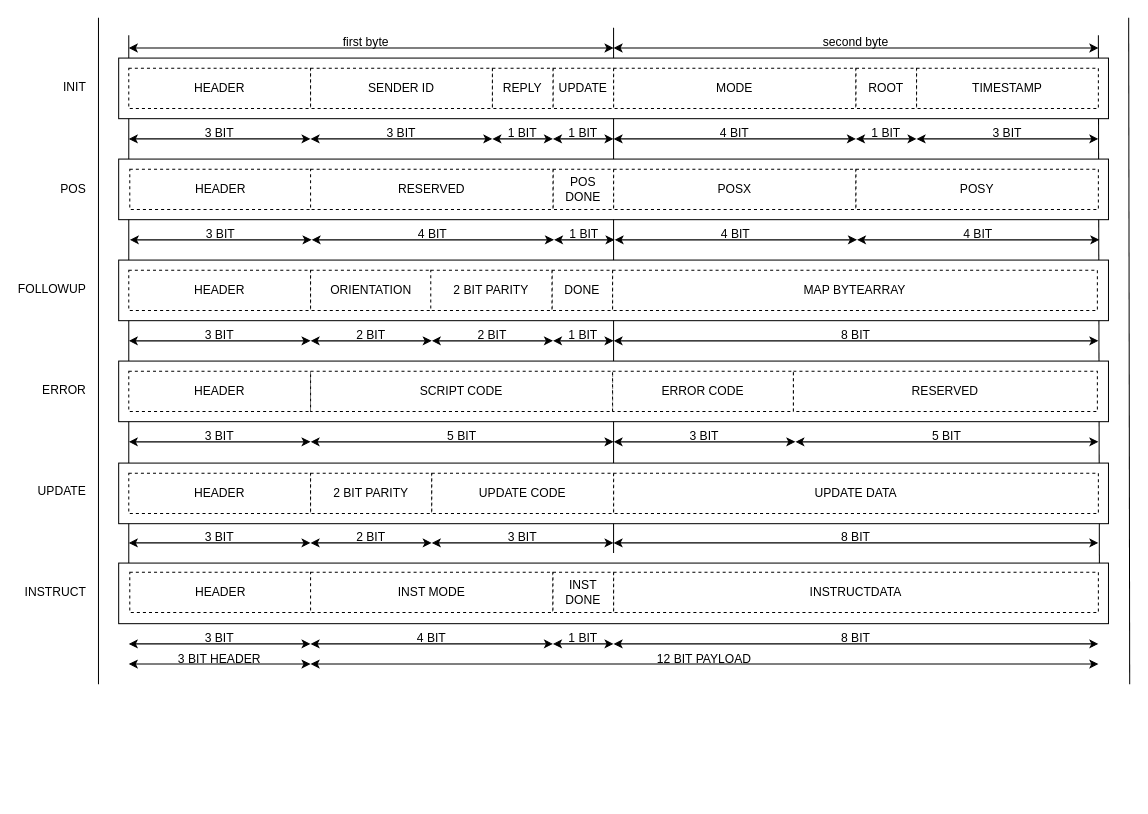
Before: diagramsDrawio/msgArchitecture.drawio in SophiagDotart/puzzlingRobots, a draw.io diagram. Source tidied: cells renumbered, new cells numbered last; positions are measured from the earlier drawing's top-left corner, leaving out a move shared by most shapes. Both pictures are drawn from the tidied source at 101%, with x=0, y=0 at pixel (27, 17).
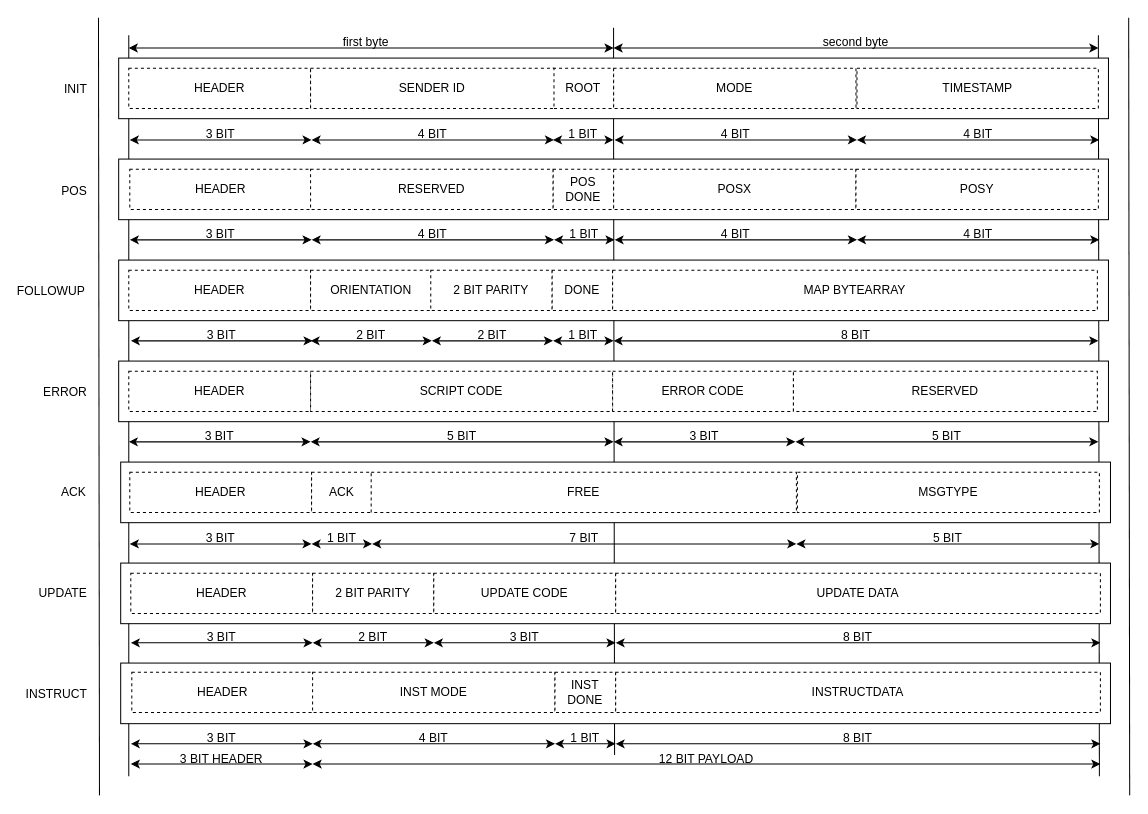
The same diagram, later.

Unchanged cells that the change refers to:
```xml
<mxCell id="73" value="second byte" style="text;html=1;whiteSpace=wrap;strokeColor=none;fillColor=none;align=center;verticalAlign=middle;rounded=0;" parent="71" vertex="1">
  <mxGeometry width="480" height="30" as="geometry" />
</mxCell>
<mxCell id="75" value="first byte" style="text;html=1;whiteSpace=wrap;strokeColor=none;fillColor=none;align=center;verticalAlign=middle;rounded=0;" parent="74" vertex="1">
  <mxGeometry width="470" height="30" as="geometry" />
</mxCell>
```

Change to the diagram source:
```diff
@@
     <mxCell id="2" style="endArrow=none;html=1;rounded=0;entryX=1;entryY=0.25;entryDx=0;entryDy=0;" parent="1" edge="1" target="73">
       <mxGeometry relative="1" as="geometry">
-        <mxPoint x="1061" y="550" as="sourcePoint" />
+        <mxPoint x="1061" y="751" as="sourcePoint" />
       </mxGeometry>
     </mxCell>
     <mxCell id="3" style="endArrow=none;html=1;rounded=0;entryX=0;entryY=0.25;entryDx=0;entryDy=0;" parent="1" edge="1" target="75">
       <mxGeometry relative="1" as="geometry">
-        <mxPoint x="100" y="550" as="sourcePoint" />
+        <mxPoint x="100" y="751" as="sourcePoint" />
       </mxGeometry>
     </mxCell>
     <mxCell id="4" style="endArrow=none;html=1;rounded=0;" parent="1" edge="1">
       <mxGeometry relative="1" as="geometry">
-        <mxPoint x="580" y="530" as="sourcePoint" />
+        <mxPoint x="581" y="730" as="sourcePoint" />
         <mxPoint x="580" y="10" as="targetPoint" />
         <Array as="points">
           <mxPoint x="580" y="110" />
         </Array>
       </mxGeometry>
     </mxCell>
     <mxCell id="5" style="endArrow=none;html=1;rounded=0;" parent="1" edge="1">
       <mxGeometry relative="1" as="geometry">
-        <mxPoint x="70" y="660" as="sourcePoint" />
+        <mxPoint x="71" y="770" as="sourcePoint" />
         <mxPoint x="70" as="targetPoint" />
       </mxGeometry>
     </mxCell>
     <mxCell id="6" style="endArrow=none;html=1;rounded=0;" parent="1" edge="1">
       <mxGeometry relative="1" as="geometry">
-        <mxPoint x="1091" y="660" as="sourcePoint" />
+        <mxPoint x="1091" y="770" as="sourcePoint" />
         <mxPoint x="1090" as="targetPoint" />
       </mxGeometry>
     </mxCell>
@@
-    <mxCell id="9" value="UPDATE" style="rounded=0;whiteSpace=wrap;html=1;dashed=1;" parent="1" vertex="1">
+    <mxCell id="9" value="ROOT" style="rounded=0;whiteSpace=wrap;html=1;dashed=1;" parent="1" vertex="1">
       <mxGeometry x="520" y="50" width="60" height="40" as="geometry" />
     </mxCell>
-    <mxCell id="10" value="REPLY" style="rounded=0;whiteSpace=wrap;html=1;dashed=1;" parent="1" vertex="1">
-      <mxGeometry x="460" y="50" width="60" height="40" as="geometry" />
-    </mxCell>
-    <mxCell id="11" value="ROOT" style="rounded=0;whiteSpace=wrap;html=1;dashed=1;" parent="1" vertex="1">
-      <mxGeometry x="820" y="50" width="60" height="40" as="geometry" />
-    </mxCell>
@@
     <mxCell id="13" value="SENDER ID" style="rounded=0;whiteSpace=wrap;html=1;dashed=1;" parent="1" vertex="1">
-      <mxGeometry x="280" y="50" width="180" height="40" as="geometry" />
+      <mxGeometry x="280" y="50" width="241" height="40" as="geometry" />
     </mxCell>
     <mxCell id="14" value="TIMESTAMP" style="rounded=0;whiteSpace=wrap;html=1;dashed=1;" parent="1" vertex="1">
-      <mxGeometry x="880" y="50" width="180" height="40" as="geometry" />
+      <mxGeometry x="821" y="50" width="239" height="40" as="geometry" />
     </mxCell>
@@
     <mxCell id="29" style="group;" parent="1" vertex="1">
-      <mxGeometry x="100" y="300" width="180" height="30" as="geometry" />
+      <mxGeometry x="31" y="300" width="251" height="30" as="geometry" />
     </mxCell>
-    <mxCell id="30" style="endArrow=classic;startArrow=classic;html=1;rounded=0;" parent="29" edge="1">
-      <mxGeometry relative="1" as="geometry">
-        <mxPoint y="20" as="sourcePoint" />
-        <mxPoint x="180" y="20" as="targetPoint" />
-      </mxGeometry>
-    </mxCell>
-    <mxCell id="31" value="3 BIT" style="text;html=1;whiteSpace=wrap;strokeColor=none;fillColor=none;align=center;verticalAlign=middle;rounded=0;" parent="29" vertex="1">
-      <mxGeometry x="60" width="60" height="30" as="geometry" />
-    </mxCell>
+    <mxCell id="151" style="group;" parent="29" vertex="1">
+      <mxGeometry x="71" width="180" height="30" as="geometry" />
+    </mxCell>
+    <mxCell id="152" style="endArrow=classic;startArrow=classic;html=1;rounded=0;" parent="151" edge="1">
+      <mxGeometry relative="1" as="geometry">
+        <mxPoint y="20" as="sourcePoint" />
+        <mxPoint x="180" y="20" as="targetPoint" />
+      </mxGeometry>
+    </mxCell>
+    <mxCell id="153" value="3 BIT" style="text;html=1;whiteSpace=wrap;strokeColor=none;fillColor=none;align=center;verticalAlign=middle;rounded=0;" parent="151" vertex="1">
+      <mxGeometry x="60" width="60" height="30" as="geometry" />
+    </mxCell>
@@
     <mxCell id="53" style="group;" parent="1" vertex="1">
-      <mxGeometry x="100" y="100" width="180" height="30" as="geometry" />
+      <mxGeometry x="101" y="101" width="180" height="30" as="geometry" />
     </mxCell>
@@
-    <mxCell id="56" style="group;" parent="1" vertex="1">
-      <mxGeometry x="280" y="100" width="180" height="30" as="geometry" />
-    </mxCell>
-    <mxCell id="57" style="endArrow=classic;startArrow=classic;html=1;rounded=0;" parent="56" edge="1">
-      <mxGeometry relative="1" as="geometry">
-        <mxPoint y="20" as="sourcePoint" />
-        <mxPoint x="180" y="20" as="targetPoint" />
-      </mxGeometry>
-    </mxCell>
-    <mxCell id="58" value="3 BIT" style="text;html=1;whiteSpace=wrap;strokeColor=none;fillColor=none;align=center;verticalAlign=middle;rounded=0;" parent="56" vertex="1">
-      <mxGeometry x="60" width="60" height="30" as="geometry" />
-    </mxCell>
-    <mxCell id="59" style="group;" parent="1" vertex="1">
-      <mxGeometry x="580" y="100" width="240" height="30" as="geometry" />
-    </mxCell>
-    <mxCell id="60" style="endArrow=classic;startArrow=classic;html=1;rounded=0;" parent="59" edge="1">
-      <mxGeometry relative="1" as="geometry">
-        <mxPoint y="20" as="sourcePoint" />
-        <mxPoint x="240" y="20" as="targetPoint" />
-      </mxGeometry>
-    </mxCell>
-    <mxCell id="61" value="4 BIT" style="text;html=1;whiteSpace=wrap;strokeColor=none;fillColor=none;align=center;verticalAlign=middle;rounded=0;" parent="59" vertex="1">
-      <mxGeometry x="80" width="80" height="30" as="geometry" />
-    </mxCell>
-    <mxCell id="62" style="group;" parent="1" vertex="1">
-      <mxGeometry x="880" y="100" width="180" height="30" as="geometry" />
-    </mxCell>
-    <mxCell id="63" style="endArrow=classic;startArrow=classic;html=1;rounded=0;" parent="62" edge="1">
-      <mxGeometry relative="1" as="geometry">
-        <mxPoint y="20" as="sourcePoint" />
-        <mxPoint x="180" y="20" as="targetPoint" />
-      </mxGeometry>
-    </mxCell>
-    <mxCell id="64" value="3 BIT" style="text;html=1;whiteSpace=wrap;strokeColor=none;fillColor=none;align=center;verticalAlign=middle;rounded=0;" parent="62" vertex="1">
-      <mxGeometry x="60" width="60" height="30" as="geometry" />
-    </mxCell>
-    <mxCell id="65" style="group;" parent="1" vertex="1">
-      <mxGeometry x="460" y="100" width="60" height="30" as="geometry" />
-    </mxCell>
-    <mxCell id="66" style="endArrow=classic;startArrow=classic;html=1;rounded=0;" parent="65" edge="1">
-      <mxGeometry relative="1" as="geometry">
-        <mxPoint y="20" as="sourcePoint" />
-        <mxPoint x="60" y="20" as="targetPoint" />
-      </mxGeometry>
-    </mxCell>
-    <mxCell id="67" value="1 BIT" style="text;html=1;whiteSpace=wrap;strokeColor=none;fillColor=none;align=center;verticalAlign=middle;rounded=0;" parent="65" vertex="1">
-      <mxGeometry width="60" height="30" as="geometry" />
-    </mxCell>
     <mxCell id="68" style="group;" parent="1" vertex="1">
-      <mxGeometry x="520" y="100" width="60" height="30" as="geometry" />
+      <mxGeometry x="520" y="101" width="60" height="30" as="geometry" />
     </mxCell>
@@
     <mxCell id="77" style="group;" parent="1" vertex="1">
-      <mxGeometry x="100" y="600" width="960" height="35" as="geometry" />
+      <mxGeometry x="102" y="699" width="960" height="35" as="geometry" />
     </mxCell>
@@
-    <mxCell id="84" style="group;" parent="1" vertex="1">
-      <mxGeometry x="820" y="100" width="60" height="30" as="geometry" />
-    </mxCell>
-    <mxCell id="85" style="endArrow=classic;startArrow=classic;html=1;rounded=0;" parent="84" edge="1">
-      <mxGeometry relative="1" as="geometry">
-        <mxPoint y="20" as="sourcePoint" />
-        <mxPoint x="60" y="20" as="targetPoint" />
-      </mxGeometry>
-    </mxCell>
-    <mxCell id="86" value="1 BIT" style="text;html=1;whiteSpace=wrap;strokeColor=none;fillColor=none;align=center;verticalAlign=middle;rounded=0;" parent="84" vertex="1">
-      <mxGeometry width="60" height="30" as="geometry" />
-    </mxCell>
     <mxCell id="87" style="rounded=0;whiteSpace=wrap;html=1;" parent="1" vertex="1">
-      <mxGeometry x="90" y="441" width="980" height="60" as="geometry" />
+      <mxGeometry x="92" y="540" width="980" height="60" as="geometry" />
     </mxCell>
     <mxCell id="88" value="HEADER" style="rounded=0;whiteSpace=wrap;html=1;dashed=1;" parent="1" vertex="1">
-      <mxGeometry x="100" y="451" width="180" height="40" as="geometry" />
+      <mxGeometry x="102" y="550" width="180" height="40" as="geometry" />
     </mxCell>
     <mxCell id="89" value="UPDATE DATA" style="rounded=0;whiteSpace=wrap;html=1;dashed=1;" parent="1" vertex="1">
-      <mxGeometry x="580" y="451" width="480" height="40" as="geometry" />
+      <mxGeometry x="582" y="550" width="480" height="40" as="geometry" />
     </mxCell>
     <mxCell id="90" value="2 BIT PARITY" style="rounded=0;whiteSpace=wrap;html=1;dashed=1;" parent="1" vertex="1">
-      <mxGeometry x="280" y="451" width="120" height="40" as="geometry" />
+      <mxGeometry x="282" y="550" width="120" height="40" as="geometry" />
     </mxCell>
     <mxCell id="91" style="group;" parent="1" vertex="1">
-      <mxGeometry x="100" y="500" width="180" height="30" as="geometry" />
+      <mxGeometry x="102" y="599" width="180" height="30" as="geometry" />
     </mxCell>
@@
     <mxCell id="98" style="group;" parent="1" vertex="1">
-      <mxGeometry x="400" y="500" width="180" height="30" as="geometry" />
+      <mxGeometry x="402" y="599" width="180" height="30" as="geometry" />
     </mxCell>
@@
     <mxCell id="101" style="group;" parent="1" vertex="1">
-      <mxGeometry x="580" y="500" width="480" height="30" as="geometry" />
+      <mxGeometry x="582" y="599" width="480" height="30" as="geometry" />
     </mxCell>
@@
     <mxCell id="104" style="group;" parent="1" vertex="1">
-      <mxGeometry x="280" y="500" width="120" height="30" as="geometry" />
+      <mxGeometry x="282" y="599" width="120" height="30" as="geometry" />
     </mxCell>
@@
     <mxCell id="107" value="UPDATE CODE" style="rounded=0;whiteSpace=wrap;html=1;dashed=1;" parent="1" vertex="1">
-      <mxGeometry x="400" y="451" width="180" height="40" as="geometry" />
+      <mxGeometry x="402" y="550" width="180" height="40" as="geometry" />
     </mxCell>
     <mxCell id="108" style="rounded=0;whiteSpace=wrap;html=1;" parent="1" vertex="1">
-      <mxGeometry x="90" y="540" width="980" height="60" as="geometry" />
+      <mxGeometry x="92" y="639" width="980" height="60" as="geometry" />
     </mxCell>
     <mxCell id="109" value="HEADER" style="rounded=0;whiteSpace=wrap;html=1;dashed=1;" parent="1" vertex="1">
-      <mxGeometry x="101" y="549" width="180" height="40" as="geometry" />
+      <mxGeometry x="103" y="648" width="180" height="40" as="geometry" />
     </mxCell>
     <mxCell id="110" value="INST MODE" style="rounded=0;whiteSpace=wrap;html=1;dashed=1;" parent="1" vertex="1">
-      <mxGeometry x="280" y="549" width="240" height="40" as="geometry" />
+      <mxGeometry x="282" y="648" width="240" height="40" as="geometry" />
     </mxCell>
     <mxCell id="111" value="INSTRUCTDATA" style="rounded=0;whiteSpace=wrap;html=1;dashed=1;" parent="1" vertex="1">
-      <mxGeometry x="580" y="549" width="480" height="40" as="geometry" />
+      <mxGeometry x="582" y="648" width="480" height="40" as="geometry" />
     </mxCell>
     <mxCell id="112" value="INST DONE" style="rounded=0;whiteSpace=wrap;html=1;dashed=1;" parent="1" vertex="1">
-      <mxGeometry x="520" y="549" width="60" height="40" as="geometry" />
+      <mxGeometry x="522" y="648" width="60" height="40" as="geometry" />
     </mxCell>
     <mxCell id="113" style="group;" parent="1" vertex="1">
-      <mxGeometry x="280" y="600" width="240" height="30" as="geometry" />
+      <mxGeometry x="282" y="699" width="240" height="30" as="geometry" />
     </mxCell>
@@
     <mxCell id="116" style="group;" parent="1" vertex="1">
-      <mxGeometry x="520" y="600" width="60" height="30" as="geometry" />
+      <mxGeometry x="522" y="699" width="60" height="30" as="geometry" />
     </mxCell>
@@
     <mxCell id="119" style="group;" parent="1" vertex="1">
-      <mxGeometry x="580" y="600" width="480" height="30" as="geometry" />
+      <mxGeometry x="582" y="699" width="480" height="30" as="geometry" />
     </mxCell>
@@
-    <mxCell id="122" style="group;" parent="1" vertex="1">
-      <mxGeometry y="54" width="60" height="430" as="geometry" />
-    </mxCell>
-    <mxCell id="123" style="group;" parent="122" vertex="1">
-      <mxGeometry width="60" height="330" as="geometry" />
-    </mxCell>
-    <mxCell id="124" value="INIT" style="text;html=1;align=right;verticalAlign=middle;whiteSpace=wrap;rounded=0;" parent="123" vertex="1">
-      <mxGeometry width="60" height="30" as="geometry" />
-    </mxCell>
-    <mxCell id="125" value="FOLLOWUP" style="text;html=1;align=right;verticalAlign=middle;whiteSpace=wrap;rounded=0;" parent="123" vertex="1">
-      <mxGeometry y="200" width="60" height="30" as="geometry" />
-    </mxCell>
-    <mxCell id="126" value="ERROR" style="text;html=1;align=right;verticalAlign=middle;whiteSpace=wrap;rounded=0;" parent="123" vertex="1">
-      <mxGeometry y="300" width="60" height="30" as="geometry" />
-    </mxCell>
-    <mxCell id="127" value="UPDATE" style="text;html=1;align=right;verticalAlign=middle;whiteSpace=wrap;rounded=0;" parent="123" vertex="1">
-      <mxGeometry y="400" width="60" height="30" as="geometry" />
-    </mxCell>
-    <mxCell id="128" value="POS" style="text;html=1;align=right;verticalAlign=middle;whiteSpace=wrap;rounded=0;" parent="123" vertex="1">
-      <mxGeometry y="101" width="60" height="30" as="geometry" />
-    </mxCell>
-    <mxCell id="129" value="INSTRUCT" style="text;html=1;align=right;verticalAlign=middle;whiteSpace=wrap;rounded=0;" parent="122" vertex="1">
-      <mxGeometry y="500" width="60" height="30" as="geometry" />
-    </mxCell>
@@
-    <mxCell id="148" style="group;" parent="1" vertex="1">
-      <mxGeometry x="101" y="200" width="180" height="30" as="geometry" />
-    </mxCell>
-    <mxCell id="149" style="endArrow=classic;startArrow=classic;html=1;rounded=0;" parent="148" edge="1">
-      <mxGeometry relative="1" as="geometry">
-        <mxPoint y="20" as="sourcePoint" />
-        <mxPoint x="180" y="20" as="targetPoint" />
-      </mxGeometry>
-    </mxCell>
-    <mxCell id="150" value="3 BIT" style="text;html=1;whiteSpace=wrap;strokeColor=none;fillColor=none;align=center;verticalAlign=middle;rounded=0;" parent="148" vertex="1">
-      <mxGeometry x="60" width="60" height="30" as="geometry" />
-    </mxCell>
+    <mxCell id="154" style="rounded=0;whiteSpace=wrap;html=1;" parent="1" vertex="1">
+      <mxGeometry x="92" y="440" width="980" height="60" as="geometry" />
+    </mxCell>
+    <mxCell id="155" value="HEADER" style="rounded=0;whiteSpace=wrap;html=1;dashed=1;" parent="1" vertex="1">
+      <mxGeometry x="101" y="450" width="180" height="40" as="geometry" />
+    </mxCell>
+    <mxCell id="156" value="ACK" style="rounded=0;whiteSpace=wrap;html=1;dashed=1;" parent="1" vertex="1">
+      <mxGeometry x="281" y="450" width="60" height="40" as="geometry" />
+    </mxCell>
+    <mxCell id="157" value="MSGTYPE" style="rounded=0;whiteSpace=wrap;html=1;dashed=1;" parent="1" vertex="1">
+      <mxGeometry x="762" y="450" width="299" height="40" as="geometry" />
+    </mxCell>
+    <mxCell id="158" value="FREE" style="rounded=0;whiteSpace=wrap;html=1;dashed=1;" parent="1" vertex="1">
+      <mxGeometry x="340" y="450" width="421" height="40" as="geometry" />
+    </mxCell>
+    <mxCell id="129" value="INSTRUCT" style="text;html=1;align=right;verticalAlign=middle;whiteSpace=wrap;rounded=0;" parent="1" vertex="1">
+      <mxGeometry x="1" y="655" width="60" height="30" as="geometry" />
+    </mxCell>
+    <mxCell id="159" value="ACK" style="text;html=1;align=right;verticalAlign=middle;whiteSpace=wrap;rounded=0;" parent="1" vertex="1">
+      <mxGeometry y="455" width="60" height="30" as="geometry" />
+    </mxCell>
+    <mxCell id="124" value="INIT" style="text;html=1;align=right;verticalAlign=middle;whiteSpace=wrap;rounded=0;" parent="1" vertex="1">
+      <mxGeometry x="1" y="56" width="60" height="30" as="geometry" />
+    </mxCell>
+    <mxCell id="125" value="FOLLOWUP" style="text;html=1;align=right;verticalAlign=middle;whiteSpace=wrap;rounded=0;" parent="1" vertex="1">
+      <mxGeometry x="-1" y="256" width="60" height="30" as="geometry" />
+    </mxCell>
+    <mxCell id="126" value="ERROR" style="text;html=1;align=right;verticalAlign=middle;whiteSpace=wrap;rounded=0;" parent="1" vertex="1">
+      <mxGeometry x="1" y="356" width="60" height="30" as="geometry" />
+    </mxCell>
+    <mxCell id="127" value="UPDATE" style="text;html=1;align=right;verticalAlign=middle;whiteSpace=wrap;rounded=0;" parent="1" vertex="1">
+      <mxGeometry x="1" y="555" width="60" height="30" as="geometry" />
+    </mxCell>
+    <mxCell id="128" value="POS" style="text;html=1;align=right;verticalAlign=middle;whiteSpace=wrap;rounded=0;" parent="1" vertex="1">
+      <mxGeometry x="1" y="157" width="60" height="30" as="geometry" />
+    </mxCell>
+    <mxCell id="160" style="group;" parent="1" vertex="1">
+      <mxGeometry x="101" y="501" width="180" height="30" as="geometry" />
+    </mxCell>
+    <mxCell id="161" style="endArrow=classic;startArrow=classic;html=1;rounded=0;" parent="160" edge="1">
+      <mxGeometry relative="1" as="geometry">
+        <mxPoint y="20" as="sourcePoint" />
+        <mxPoint x="180" y="20" as="targetPoint" />
+      </mxGeometry>
+    </mxCell>
+    <mxCell id="162" value="3 BIT" style="text;html=1;whiteSpace=wrap;strokeColor=none;fillColor=none;align=center;verticalAlign=middle;rounded=0;" parent="160" vertex="1">
+      <mxGeometry x="60" width="60" height="30" as="geometry" />
+    </mxCell>
+    <mxCell id="163" style="group;" parent="1" vertex="1">
+      <mxGeometry x="761" y="501" width="300" height="30" as="geometry" />
+    </mxCell>
+    <mxCell id="164" style="endArrow=classic;startArrow=classic;html=1;rounded=0;" parent="163" edge="1">
+      <mxGeometry relative="1" as="geometry">
+        <mxPoint y="20" as="sourcePoint" />
+        <mxPoint x="300" y="20" as="targetPoint" />
+      </mxGeometry>
+    </mxCell>
+    <mxCell id="165" value="5 BIT" style="text;html=1;whiteSpace=wrap;strokeColor=none;fillColor=none;align=center;verticalAlign=middle;rounded=0;" parent="163" vertex="1">
+      <mxGeometry x="100" width="100" height="30" as="geometry" />
+    </mxCell>
+    <mxCell id="166" style="group;" parent="1" vertex="1">
+      <mxGeometry x="341" y="501" width="420" height="30" as="geometry" />
+    </mxCell>
+    <mxCell id="167" style="endArrow=classic;startArrow=classic;html=1;rounded=0;" parent="166" edge="1">
+      <mxGeometry relative="1" as="geometry">
+        <mxPoint y="20" as="sourcePoint" />
+        <mxPoint x="420" y="20" as="targetPoint" />
+      </mxGeometry>
+    </mxCell>
+    <mxCell id="168" value="7 BIT" style="text;html=1;whiteSpace=wrap;strokeColor=none;fillColor=none;align=center;verticalAlign=middle;rounded=0;" parent="166" vertex="1">
+      <mxGeometry x="140" width="140" height="30" as="geometry" />
+    </mxCell>
+    <mxCell id="169" style="group;" parent="1" vertex="1">
+      <mxGeometry x="281" y="501" width="60" height="30" as="geometry" />
+    </mxCell>
+    <mxCell id="170" style="endArrow=classic;startArrow=classic;html=1;rounded=0;" parent="169" edge="1">
+      <mxGeometry relative="1" as="geometry">
+        <mxPoint y="20" as="sourcePoint" />
+        <mxPoint x="60" y="20" as="targetPoint" />
+      </mxGeometry>
+    </mxCell>
+    <mxCell id="171" value="1 BIT" style="text;html=1;whiteSpace=wrap;strokeColor=none;fillColor=none;align=center;verticalAlign=middle;rounded=0;" parent="169" vertex="1">
+      <mxGeometry width="60" height="30" as="geometry" />
+    </mxCell>
+    <mxCell id="172" style="group;" parent="1" vertex="1">
+      <mxGeometry x="821" y="101" width="240" height="30" as="geometry" />
+    </mxCell>
+    <mxCell id="173" style="endArrow=classic;startArrow=classic;html=1;rounded=0;" parent="172" edge="1">
+      <mxGeometry relative="1" as="geometry">
+        <mxPoint y="20" as="sourcePoint" />
+        <mxPoint x="240" y="20" as="targetPoint" />
+      </mxGeometry>
+    </mxCell>
+    <mxCell id="174" value="4 BIT" style="text;html=1;whiteSpace=wrap;strokeColor=none;fillColor=none;align=center;verticalAlign=middle;rounded=0;" parent="172" vertex="1">
+      <mxGeometry x="80" width="80" height="30" as="geometry" />
+    </mxCell>
+    <mxCell id="175" style="group;" parent="1" vertex="1">
+      <mxGeometry x="581" y="101" width="240" height="30" as="geometry" />
+    </mxCell>
+    <mxCell id="176" style="endArrow=classic;startArrow=classic;html=1;rounded=0;" parent="175" edge="1">
+      <mxGeometry relative="1" as="geometry">
+        <mxPoint y="20" as="sourcePoint" />
+        <mxPoint x="240" y="20" as="targetPoint" />
+      </mxGeometry>
+    </mxCell>
+    <mxCell id="177" value="4 BIT" style="text;html=1;whiteSpace=wrap;strokeColor=none;fillColor=none;align=center;verticalAlign=middle;rounded=0;" parent="175" vertex="1">
+      <mxGeometry x="80" width="80" height="30" as="geometry" />
+    </mxCell>
+    <mxCell id="178" style="group;" parent="1" vertex="1">
+      <mxGeometry x="281" y="101" width="240" height="30" as="geometry" />
+    </mxCell>
+    <mxCell id="179" style="endArrow=classic;startArrow=classic;html=1;rounded=0;" parent="178" edge="1">
+      <mxGeometry relative="1" as="geometry">
+        <mxPoint y="20" as="sourcePoint" />
+        <mxPoint x="240" y="20" as="targetPoint" />
+      </mxGeometry>
+    </mxCell>
+    <mxCell id="180" value="4 BIT" style="text;html=1;whiteSpace=wrap;strokeColor=none;fillColor=none;align=center;verticalAlign=middle;rounded=0;" parent="178" vertex="1">
+      <mxGeometry x="80" width="80" height="30" as="geometry" />
+    </mxCell>
+    <mxCell id="181" style="group;" parent="1" vertex="1">
+      <mxGeometry x="101" y="200" width="180" height="30" as="geometry" />
+    </mxCell>
+    <mxCell id="182" style="endArrow=classic;startArrow=classic;html=1;rounded=0;" parent="181" edge="1">
+      <mxGeometry relative="1" as="geometry">
+        <mxPoint y="20" as="sourcePoint" />
+        <mxPoint x="180" y="20" as="targetPoint" />
+      </mxGeometry>
+    </mxCell>
+    <mxCell id="183" value="3 BIT" style="text;html=1;whiteSpace=wrap;strokeColor=none;fillColor=none;align=center;verticalAlign=middle;rounded=0;" parent="181" vertex="1">
+      <mxGeometry x="60" width="60" height="30" as="geometry" />
+    </mxCell>
```
